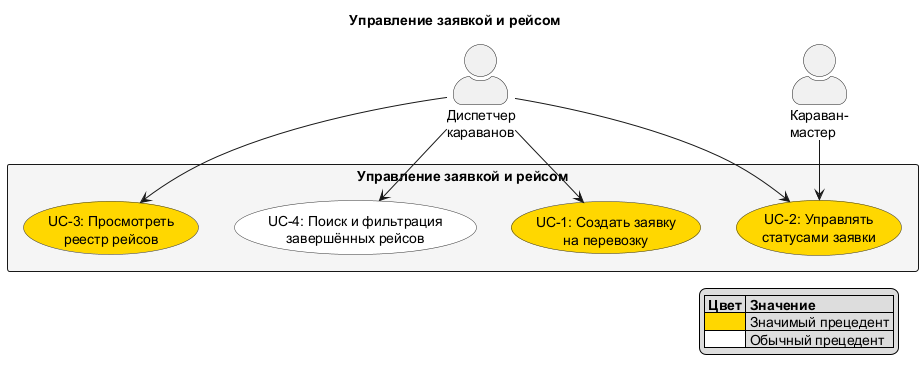
Above: docs/diagrams/out/UC_1_Request.png in granikartem/MPI (PlantUML), before the change. Its diagram source:
```plantuml
@startuml UC_1_Request
skinparam actorStyle awesome
skinparam usecaseBackgroundColor #White
skinparam usecaseBorderColor #333333
skinparam rectangleBackgroundColor #F5F5F5

title Управление заявкой и рейсом

actor "Диспетчер\nкараванов" as Dispatcher
actor "Караван-\nмастер" as CaravanMaster

rectangle "Управление заявкой и рейсом" {
  usecase "UC-1: Создать заявку\nна перевозку" as UC1 #Gold
  usecase "UC-2: Управлять\nстатусами заявки" as UC2 #Gold
  usecase "UC-3: Просмотреть\nреестр рейсов" as UC3 #Gold
  usecase "UC-4: Поиск и фильтрация\nзавершённых рейсов" as UC4
}

Dispatcher --> UC1
Dispatcher --> UC2
Dispatcher --> UC3
Dispatcher --> UC4
CaravanMaster --> UC2

legend right
  |= Цвет |= Значение |
  | <#Gold> | Значимый прецедент |
  | <#White> | Обычный прецедент |
endlegend
@enduml
```
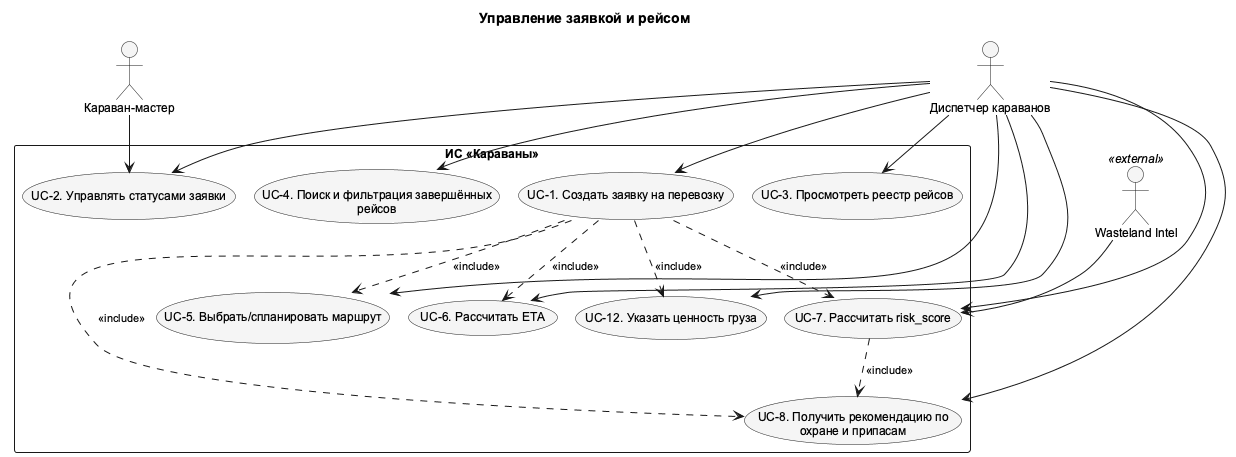
The same file after the commit.

Change to the diagram source:
```diff
@@ -1,30 +1,46 @@
 @startuml UC_1_Request
-skinparam actorStyle awesome
-skinparam usecaseBackgroundColor #White
-skinparam usecaseBorderColor #333333
-skinparam rectangleBackgroundColor #F5F5F5
-
+!pragma layout smetana
+skinparam shadowing false
+skinparam defaultFontName Arial
+skinparam defaultFontSize 12
+skinparam backgroundColor white
+skinparam nodesep 75
+skinparam ranksep 100
+skinparam ArrowFontSize 11
+skinparam usecaseBackgroundColor #F5F5F5
+skinparam activityBackgroundColor #F5F5F5
+top to bottom direction
 title Управление заявкой и рейсом
 
-actor "Диспетчер\nкараванов" as Dispatcher
-actor "Караван-\nмастер" as CaravanMaster
-
-rectangle "Управление заявкой и рейсом" {
-  usecase "UC-1: Создать заявку\nна перевозку" as UC1 #Gold
-  usecase "UC-2: Управлять\nстатусами заявки" as UC2 #Gold
-  usecase "UC-3: Просмотреть\nреестр рейсов" as UC3 #Gold
-  usecase "UC-4: Поиск и фильтрация\nзавершённых рейсов" as UC4
+actor "Диспетчер караванов" as Dispatcher
+actor "Караван-мастер" as CaravanMaster
+actor "Wasteland Intel" as WI <<external>>
+rectangle "ИС «Караваны»" as SystemBoundary {
+  usecase "UC-1. Создать заявку на перевозку" as UC1
+  usecase "UC-2. Управлять статусами заявки" as UC2
+  usecase "UC-3. Просмотреть реестр рейсов" as UC3
+  usecase "UC-4. Поиск и фильтрация завершённых\nрейсов" as UC4
+  usecase "UC-5. Выбрать/спланировать маршрут" as UC5
+  usecase "UC-6. Рассчитать ETA" as UC6
+  usecase "UC-7. Рассчитать risk_score" as UC7
+  usecase "UC-8. Получить рекомендацию по\nохране и припасам" as UC8
+  usecase "UC-12. Указать ценность груза" as UC12
 }
-
+UC1 ..> UC5 : <<include>>
+UC1 ..> UC6 : <<include>>
+UC1 ..> UC7 : <<include>>
+UC1 ..> UC8 : <<include>>
+UC1 ..> UC12 : <<include>>
+UC7 ..> UC8 : <<include>>
 Dispatcher --> UC1
 Dispatcher --> UC2
 Dispatcher --> UC3
 Dispatcher --> UC4
+Dispatcher --> UC5
+Dispatcher --> UC6
+Dispatcher --> UC7
+Dispatcher --> UC8
+Dispatcher --> UC12
 CaravanMaster --> UC2
-
-legend right
-  |= Цвет |= Значение |
-  | <#Gold> | Значимый прецедент |
-  | <#White> | Обычный прецедент |
-endlegend
+WI --> UC7
 @enduml
```
